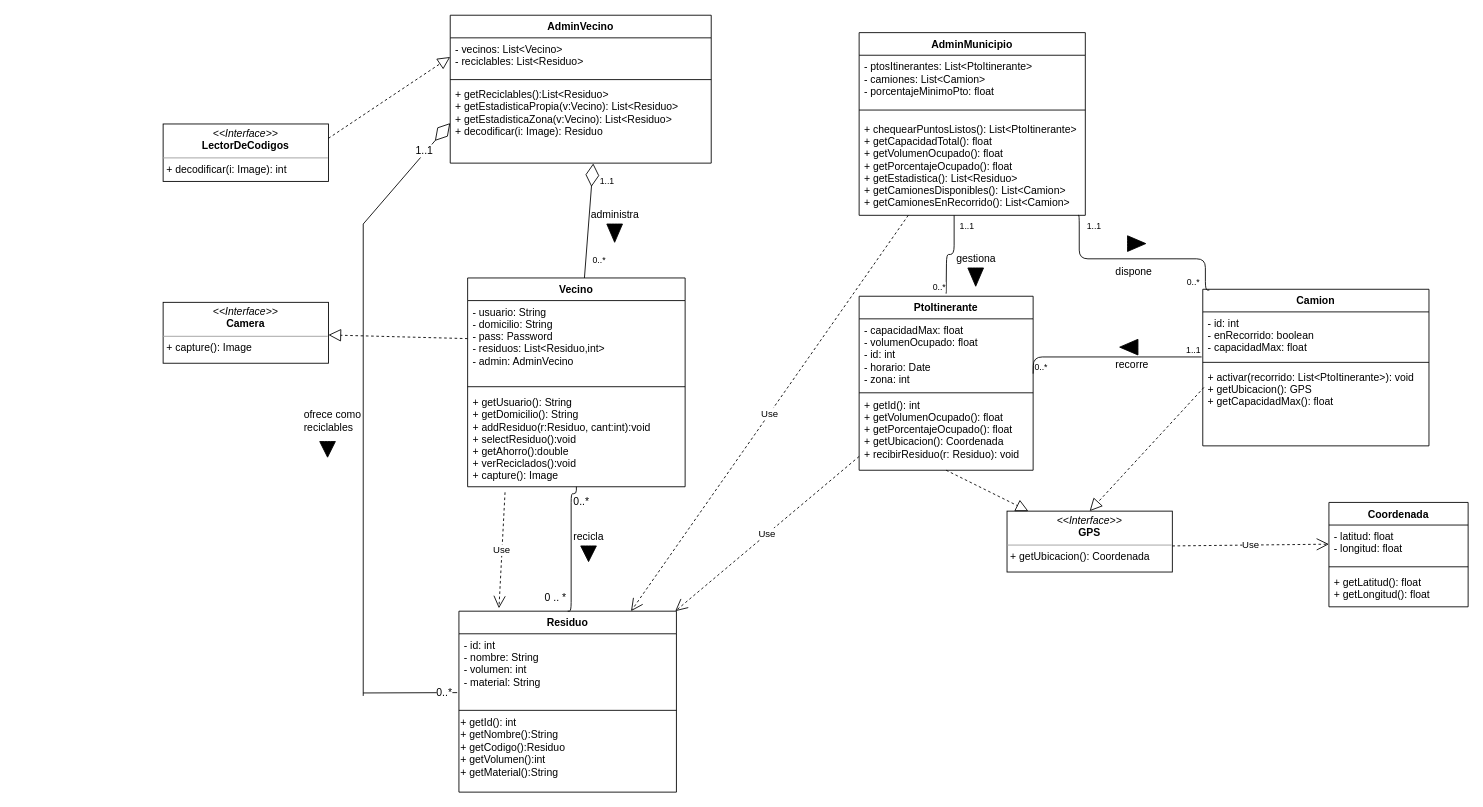
Above: [Entrega 2] Sprint #1/Diagrama de clases detallado.drawio in nicolasattilio/Metodologia (draw.io), before the change. Source tidied: cells renumbered, new cells numbered last; positions are measured from the earlier drawing's top-left corner, leaving out a move shared by most shapes. Both pictures are drawn from the tidied source at 87%, with x=0, y=0 at pixel (163, 15).
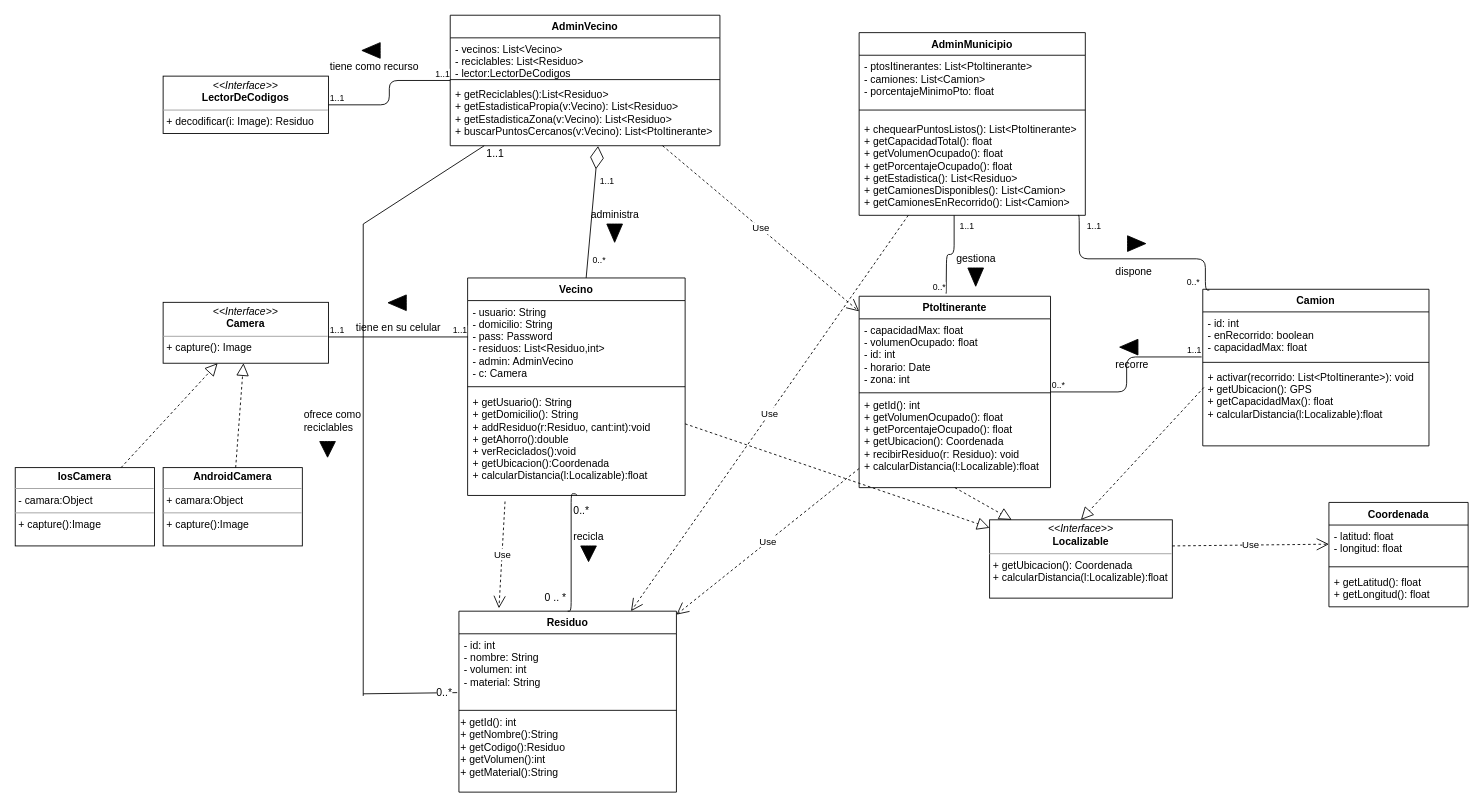
Above is the later version.

Unchanged cells that the change refers to:
```xml
<mxCell id="7" value="- id: int&#10;- nombre: String &#10;- volumen: int&#10;- material: String&#10;" style="text;strokeColor=none;fillColor=none;align=left;verticalAlign=top;spacingLeft=4;spacingRight=4;overflow=hidden;points=[[0,0.5],[1,0.5]];portConstraint=eastwest;" parent="6" vertex="1">
  <mxGeometry y="26" width="250" height="84" as="geometry" />
</mxCell>
<mxCell id="14" value="Camion" style="swimlane;fontStyle=1;align=center;verticalAlign=top;horizontal=1;startSize=26;" parent="1" vertex="1">
  <mxGeometry x="1195" y="315" width="260" height="180" as="geometry" />
</mxCell>
<mxCell id="15" value="- id: int&#10;- enRecorrido: boolean&#10;- capacidadMax: float&#10;" style="text;strokeColor=none;fillColor=none;align=left;verticalAlign=top;spacingLeft=4;spacingRight=4;overflow=hidden;points=[[0,0.5],[1,0.5]];portConstraint=eastwest;" parent="14" vertex="1">
  <mxGeometry y="26" width="260" height="54" as="geometry" />
</mxCell>
<mxCell id="72" value="&lt;p style=&quot;margin: 0px ; margin-top: 4px ; text-align: center&quot;&gt;&lt;i&gt;&amp;lt;&amp;lt;Interface&amp;gt;&amp;gt;&lt;/i&gt;&lt;br&gt;&lt;b&gt;Camera&lt;/b&gt;&lt;/p&gt;&lt;hr size=&quot;1&quot;&gt;&lt;p style=&quot;margin: 0px ; margin-left: 4px&quot;&gt;+ capture(): Image&lt;br&gt;&lt;/p&gt;" style="verticalAlign=top;align=left;overflow=fill;fontSize=12;fontFamily=Helvetica;html=1;" parent="1" vertex="1">
  <mxGeometry y="330" width="190" height="70" as="geometry" />
</mxCell>
```

What changed in the source:
```diff
@@
     <mxCell id="2" value="Vecino" style="swimlane;fontStyle=1;align=center;verticalAlign=top;horizontal=1;startSize=26;" parent="1" vertex="1">
-      <mxGeometry x="350" y="302" width="250" height="240" as="geometry" />
+      <mxGeometry x="350" y="302" width="250" height="250" as="geometry" />
     </mxCell>
-    <mxCell id="3" value="- usuario: String&#10;- domicilio: String&#10;- pass: Password&#10;- residuos: List&lt;Residuo,int&gt;&#10;- admin: AdminVecino&#10;" style="text;strokeColor=none;fillColor=none;align=left;verticalAlign=top;spacingLeft=4;spacingRight=4;overflow=hidden;points=[[0,0.5],[1,0.5]];portConstraint=eastwest;" parent="2" vertex="1">
+    <mxCell id="3" value="- usuario: String&#10;- domicilio: String&#10;- pass: Password&#10;- residuos: List&lt;Residuo,int&gt;&#10;- admin: AdminVecino&#10;- c: Camera&#10;" style="text;strokeColor=none;fillColor=none;align=left;verticalAlign=top;spacingLeft=4;spacingRight=4;overflow=hidden;points=[[0,0.5],[1,0.5]];portConstraint=eastwest;" parent="2" vertex="1">
       <mxGeometry y="26" width="250" height="94" as="geometry" />
     </mxCell>
@@
-    <mxCell id="5" value="+ getUsuario(): String&#10;+ getDomicilio(): String&#10;+ addResiduo(r:Residuo, cant:int):void&#10;+ selectResiduo():void&#10;+ getAhorro():double&#10;+ verReciclados():void&#10;+ capture(): Image" style="text;strokeColor=none;fillColor=none;align=left;verticalAlign=top;spacingLeft=4;spacingRight=4;overflow=hidden;points=[[0,0.5],[1,0.5]];portConstraint=eastwest;" parent="2" vertex="1">
-      <mxGeometry y="130" width="250" height="110" as="geometry" />
+    <mxCell id="5" value="+ getUsuario(): String&#10;+ getDomicilio(): String&#10;+ addResiduo(r:Residuo, cant:int):void&#10;+ getAhorro():double&#10;+ verReciclados():void&#10;+ getUbicacion():Coordenada&#10;+ calcularDistancia(l:Localizable):float&#10;&#10;" style="text;strokeColor=none;fillColor=none;align=left;verticalAlign=top;spacingLeft=4;spacingRight=4;overflow=hidden;points=[[0,0.5],[1,0.5]];portConstraint=eastwest;" parent="2" vertex="1">
+      <mxGeometry y="130" width="250" height="120" as="geometry" />
     </mxCell>
@@
-    <mxCell id="17" value="+ activar(recorrido: List&lt;PtoItinerante&gt;): void&#10;+ getUbicacion(): GPS&#10;+ getCapacidadMax(): float&#10;" style="text;strokeColor=none;fillColor=none;align=left;verticalAlign=top;spacingLeft=4;spacingRight=4;overflow=hidden;points=[[0,0.5],[1,0.5]];portConstraint=eastwest;" parent="14" vertex="1">
+    <mxCell id="17" value="+ activar(recorrido: List&lt;PtoItinerante&gt;): void&#10;+ getUbicacion(): GPS&#10;+ getCapacidadMax(): float&#10;+ calcularDistancia(l:Localizable):float&#10;" style="text;strokeColor=none;fillColor=none;align=left;verticalAlign=top;spacingLeft=4;spacingRight=4;overflow=hidden;points=[[0,0.5],[1,0.5]];portConstraint=eastwest;" parent="14" vertex="1">
       <mxGeometry y="88" width="260" height="92" as="geometry" />
     </mxCell>
     <mxCell id="18" value="PtoItinerante" style="swimlane;fontStyle=1;align=center;verticalAlign=top;horizontal=1;startSize=26;" parent="1" vertex="1">
-      <mxGeometry x="800" y="323" width="200" height="200" as="geometry" />
+      <mxGeometry x="800" y="323" width="220" height="220" as="geometry" />
     </mxCell>
     <mxCell id="19" value="- capacidadMax: float&#10;- volumenOcupado: float&#10;- id: int&#10;- horario: Date&#10;- zona: int&#10;" style="text;strokeColor=none;fillColor=none;align=left;verticalAlign=top;spacingLeft=4;spacingRight=4;overflow=hidden;" parent="18" vertex="1">
-      <mxGeometry y="26" width="200" height="84" as="geometry" />
+      <mxGeometry y="26" width="220" height="84" as="geometry" />
     </mxCell>
     <mxCell id="20" style="line;strokeWidth=1;fillColor=none;align=left;verticalAlign=middle;spacingTop=-1;spacingLeft=3;spacingRight=3;labelPosition=right;" parent="18" vertex="1">
-      <mxGeometry y="110" width="200" height="2" as="geometry" />
+      <mxGeometry y="110" width="220" height="2" as="geometry" />
     </mxCell>
-    <mxCell id="21" value="+ getId(): int&#10;+ getVolumenOcupado(): float&#10;+ getPorcentajeOcupado(): float&#10;+ getUbicacion(): Coordenada&#10;+ recibirResiduo(r: Residuo): void&#10;" style="text;strokeColor=none;fillColor=none;align=left;verticalAlign=top;spacingLeft=4;spacingRight=4;overflow=hidden;" parent="18" vertex="1">
-      <mxGeometry y="112" width="200" height="88" as="geometry" />
+    <mxCell id="21" value="+ getId(): int&#10;+ getVolumenOcupado(): float&#10;+ getPorcentajeOcupado(): float&#10;+ getUbicacion(): Coordenada&#10;+ recibirResiduo(r: Residuo): void&#10;+ calcularDistancia(l:Localizable):float" style="text;strokeColor=none;fillColor=none;align=left;verticalAlign=top;spacingLeft=4;spacingRight=4;overflow=hidden;" parent="18" vertex="1">
+      <mxGeometry y="112" width="220" height="108" as="geometry" />
     </mxCell>
     <mxCell id="22" value="AdminVecino" style="swimlane;fontStyle=1;align=center;verticalAlign=top;horizontal=1;startSize=26;" parent="1" vertex="1">
-      <mxGeometry x="330" width="300" height="170" as="geometry" />
+      <mxGeometry x="330" width="310" height="150" as="geometry" />
     </mxCell>
-    <mxCell id="23" value="- vecinos: List&lt;Vecino&gt;&#10;- reciclables: List&lt;Residuo&gt;" style="text;strokeColor=none;fillColor=none;align=left;verticalAlign=top;spacingLeft=4;spacingRight=4;overflow=hidden;points=[[0,0.5],[1,0.5]];portConstraint=eastwest;" parent="22" vertex="1">
-      <mxGeometry y="26" width="300" height="44" as="geometry" />
+    <mxCell id="23" value="- vecinos: List&lt;Vecino&gt;&#10;- reciclables: List&lt;Residuo&gt;&#10;- lector:LectorDeCodigos&#10;" style="text;strokeColor=none;fillColor=none;align=left;verticalAlign=top;spacingLeft=4;spacingRight=4;overflow=hidden;points=[[0,0.5],[1,0.5]];portConstraint=eastwest;" parent="22" vertex="1">
+      <mxGeometry y="26" width="310" height="44" as="geometry" />
     </mxCell>
     <mxCell id="24" style="line;strokeWidth=1;fillColor=none;align=left;verticalAlign=middle;spacingTop=-1;spacingLeft=3;spacingRight=3;labelPosition=right;" parent="22" vertex="1">
-      <mxGeometry y="70" width="300" height="8" as="geometry" />
+      <mxGeometry y="70" width="310" height="8" as="geometry" />
     </mxCell>
-    <mxCell id="25" value="+ getReciclables():List&lt;Residuo&gt;&#10;+ getEstadisticaPropia(v:Vecino): List&lt;Residuo&gt;&#10;+ getEstadisticaZona(v:Vecino): List&lt;Residuo&gt;&#10;+ decodificar(i: Image): Residuo&#10;" style="text;strokeColor=none;fillColor=none;align=left;verticalAlign=top;spacingLeft=4;spacingRight=4;overflow=hidden;points=[[0,0.5],[1,0.5]];portConstraint=eastwest;" parent="22" vertex="1">
-      <mxGeometry y="78" width="300" height="92" as="geometry" />
+    <mxCell id="25" value="+ getReciclables():List&lt;Residuo&gt;&#10;+ getEstadisticaPropia(v:Vecino): List&lt;Residuo&gt;&#10;+ getEstadisticaZona(v:Vecino): List&lt;Residuo&gt;&#10;+ buscarPuntosCercanos(v:Vecino): List&lt;PtoItinerante&gt;&#10;" style="text;strokeColor=none;fillColor=none;align=left;verticalAlign=top;spacingLeft=4;spacingRight=4;overflow=hidden;points=[[0,0.5],[1,0.5]];portConstraint=eastwest;" parent="22" vertex="1">
+      <mxGeometry y="78" width="310" height="72" as="geometry" />
     </mxCell>
-    <mxCell id="26" value="&lt;p style=&quot;margin: 0px ; margin-top: 4px ; text-align: center&quot;&gt;&lt;i&gt;&amp;lt;&amp;lt;Interface&amp;gt;&amp;gt;&lt;/i&gt;&lt;br&gt;&lt;b&gt;GPS&lt;/b&gt;&lt;/p&gt;&lt;hr size=&quot;1&quot;&gt;&lt;p style=&quot;margin: 0px ; margin-left: 4px&quot;&gt;+ getUbicacion(): Coordenada&lt;br&gt;&lt;/p&gt;" style="verticalAlign=top;align=left;overflow=fill;fontSize=12;fontFamily=Helvetica;html=1;" parent="1" vertex="1">
-      <mxGeometry x="970" y="570" width="190" height="70" as="geometry" />
+    <mxCell id="26" value="&lt;p style=&quot;margin: 0px ; margin-top: 4px ; text-align: center&quot;&gt;&lt;i&gt;&amp;lt;&amp;lt;Interface&amp;gt;&amp;gt;&lt;/i&gt;&lt;br&gt;&lt;b&gt;Localizable&lt;/b&gt;&lt;/p&gt;&lt;hr size=&quot;1&quot;&gt;&lt;p style=&quot;margin: 0px ; margin-left: 4px&quot;&gt;+ getUbicacion(): Coordenada&lt;br&gt;&lt;/p&gt;&lt;p style=&quot;margin: 0px ; margin-left: 4px&quot;&gt;+ calcularDistancia(l:Localizable):float&lt;/p&gt;" style="verticalAlign=top;align=left;overflow=fill;fontSize=12;fontFamily=Helvetica;html=1;" parent="1" vertex="1">
+      <mxGeometry x="950" y="580" width="210" height="90" as="geometry" />
     </mxCell>
@@
     <mxCell id="32" value="&lt;div&gt;0..*&lt;/div&gt;" style="text;html=1;align=left;verticalAlign=top;spacingTop=-4;" parent="1" vertex="1">
-      <mxGeometry x="470" y="550" width="30" height="20" as="geometry" />
+      <mxGeometry x="470" y="560" width="30" height="20" as="geometry" />
     </mxCell>
@@
-    <mxCell id="43" style="endArrow=none;html=1;edgeStyle=orthogonalEdgeStyle;entryX=-0.005;entryY=0.959;entryDx=0;entryDy=0;entryPerimeter=0;" parent="1" edge="1" target="15">
-      <mxGeometry relative="1" as="geometry">
-        <mxPoint x="1000" y="412" as="sourcePoint" />
-      </mxGeometry>
+    <mxCell id="43" style="endArrow=none;html=1;edgeStyle=orthogonalEdgeStyle;entryX=-0.005;entryY=0.959;entryDx=0;entryDy=0;entryPerimeter=0;" parent="1" edge="1" source="18" target="15">
+      <mxGeometry relative="1" as="geometry" />
     </mxCell>
@@
-    <mxCell id="54" value="&lt;p style=&quot;margin: 0px ; margin-top: 4px ; text-align: center&quot;&gt;&lt;i&gt;&amp;lt;&amp;lt;Interface&amp;gt;&amp;gt;&lt;/i&gt;&lt;br&gt;&lt;b&gt;LectorDeCodigos&lt;/b&gt;&lt;/p&gt;&lt;hr size=&quot;1&quot;&gt;&lt;p style=&quot;margin: 0px ; margin-left: 4px&quot;&gt;+ decodificar(i: Image): int&lt;br&gt;&lt;/p&gt;" style="verticalAlign=top;align=left;overflow=fill;fontSize=12;fontFamily=Helvetica;html=1;fillColor=#FFFFFF;" parent="1" vertex="1">
-      <mxGeometry y="125" width="190" height="66" as="geometry" />
+    <mxCell id="54" value="&lt;p style=&quot;margin: 0px ; margin-top: 4px ; text-align: center&quot;&gt;&lt;i&gt;&amp;lt;&amp;lt;Interface&amp;gt;&amp;gt;&lt;/i&gt;&lt;br&gt;&lt;b&gt;LectorDeCodigos&lt;/b&gt;&lt;/p&gt;&lt;hr size=&quot;1&quot;&gt;&lt;p style=&quot;margin: 0px ; margin-left: 4px&quot;&gt;+ decodificar(i: Image): Residuo&lt;br&gt;&lt;/p&gt;" style="verticalAlign=top;align=left;overflow=fill;fontSize=12;fontFamily=Helvetica;html=1;fillColor=#FFFFFF;" parent="1" vertex="1">
+      <mxGeometry y="70" width="190" height="66" as="geometry" />
     </mxCell>
-    <mxCell id="55" style="endArrow=block;dashed=1;endFill=0;endSize=12;html=1;exitX=1;exitY=0.25;exitDx=0;exitDy=0;entryX=0;entryY=0.5;entryDx=0;entryDy=0;" parent="1" edge="1" source="54" target="23">
-      <mxGeometry relative="1" as="geometry" />
-    </mxCell>
@@
-    <mxCell id="64" style="endArrow=diamondThin;endFill=0;endSize=24;html=1;entryX=0;entryY=0.5;entryDx=0;entryDy=0;" parent="1" edge="1" target="25">
-      <mxGeometry relative="1" as="geometry">
-        <mxPoint x="230" y="240" as="sourcePoint" />
-      </mxGeometry>
-    </mxCell>
-    <mxCell id="65" value="1..1" style="text;html=1;align=center;verticalAlign=middle;labelBackgroundColor=#ffffff;" parent="64" vertex="1">
-      <mxGeometry x="0.44" y="2" relative="1" as="geometry">
-        <mxPoint x="-1" as="offset" />
-      </mxGeometry>
-    </mxCell>
@@
     <mxCell id="67" style="endArrow=none;html=1;entryX=-0.008;entryY=0.805;entryDx=0;entryDy=0;entryPerimeter=0;" parent="1" edge="1" target="7">
       <mxGeometry relative="1" as="geometry">
-        <mxPoint x="230" y="779" as="sourcePoint" />
+        <mxPoint x="230" y="780" as="sourcePoint" />
       </mxGeometry>
     </mxCell>
@@
-    <mxCell id="73" style="endArrow=block;dashed=1;endFill=0;endSize=12;html=1;" parent="1" edge="1" source="3" target="72">
-      <mxGeometry relative="1" as="geometry" />
-    </mxCell>
@@
+    <mxCell id="76" style="endArrow=block;dashed=1;endFill=0;endSize=12;html=1;" parent="1" edge="1" source="2" target="26">
+      <mxGeometry relative="1" as="geometry" />
+    </mxCell>
+    <mxCell id="77" style="endArrow=none;html=1;edgeStyle=orthogonalEdgeStyle;" parent="1" edge="1">
+      <mxGeometry relative="1" as="geometry">
+        <mxPoint x="190" y="369.8" as="sourcePoint" />
+        <mxPoint x="350" y="369.8" as="targetPoint" />
+      </mxGeometry>
+    </mxCell>
+    <mxCell id="78" value="1..1" style="html=1;align=left;verticalAlign=bottom;labelBackgroundColor=#ffffff;fontSize=10;" parent="77" vertex="1">
+      <mxGeometry x="-1" relative="1" as="geometry" />
+    </mxCell>
+    <mxCell id="79" value="1..1" style="html=1;align=right;verticalAlign=bottom;labelBackgroundColor=#ffffff;fontSize=10;" parent="77" vertex="1">
+      <mxGeometry x="1" relative="1" as="geometry" />
+    </mxCell>
+    <mxCell id="80" style="html=1;shadow=0;dashed=0;align=center;verticalAlign=middle;shape=mxgraph.arrows2.arrow;dy=0.6;dx=40;direction=south;notch=0;fillColor=#000000;rotation=90;" parent="1" vertex="1">
+      <mxGeometry x="260" y="320" width="18" height="21" as="geometry" />
+    </mxCell>
+    <mxCell id="81" value="tiene en su celular" style="text;html=1;align=left;verticalAlign=top;spacingTop=-4;" parent="1" vertex="1">
+      <mxGeometry x="220" y="350" width="110" height="20" as="geometry" />
+    </mxCell>
+    <mxCell id="82" value="&lt;p style=&quot;margin: 0px ; margin-top: 4px ; text-align: center&quot;&gt;&lt;b&gt;IosCamera&lt;/b&gt;&lt;/p&gt;&lt;hr size=&quot;1&quot;&gt;&lt;p style=&quot;margin: 0px ; margin-left: 4px&quot;&gt;- camara:Object&lt;/p&gt;&lt;hr size=&quot;1&quot;&gt;&lt;p style=&quot;margin: 0px ; margin-left: 4px&quot;&gt;+ capture():Image&lt;/p&gt;" style="verticalAlign=top;align=left;overflow=fill;fontSize=12;fontFamily=Helvetica;html=1;" parent="1" vertex="1">
+      <mxGeometry x="-170" y="520" width="160" height="90" as="geometry" />
+    </mxCell>
+    <mxCell id="83" value="&lt;p style=&quot;margin: 0px ; margin-top: 4px ; text-align: center&quot;&gt;&lt;b&gt;AndroidCamera&lt;/b&gt;&lt;/p&gt;&lt;hr size=&quot;1&quot;&gt;&lt;p style=&quot;margin: 0px ; margin-left: 4px&quot;&gt;+ camara:Object&lt;/p&gt;&lt;hr size=&quot;1&quot;&gt;&lt;p style=&quot;margin: 0px ; margin-left: 4px&quot;&gt;+ capture():Image&lt;/p&gt;" style="verticalAlign=top;align=left;overflow=fill;fontSize=12;fontFamily=Helvetica;html=1;" parent="1" vertex="1">
+      <mxGeometry y="520" width="160" height="90" as="geometry" />
+    </mxCell>
+    <mxCell id="84" style="endArrow=block;dashed=1;endFill=0;endSize=12;html=1;" parent="1" edge="1" source="82" target="72">
+      <mxGeometry relative="1" as="geometry" />
+    </mxCell>
+    <mxCell id="85" style="endArrow=block;dashed=1;endFill=0;endSize=12;html=1;" parent="1" edge="1" source="83" target="72">
+      <mxGeometry relative="1" as="geometry" />
+    </mxCell>
+    <mxCell id="86" style="endArrow=none;html=1;edgeStyle=orthogonalEdgeStyle;" parent="1" edge="1" source="54" target="22">
+      <mxGeometry relative="1" as="geometry" />
+    </mxCell>
+    <mxCell id="87" value="1..1" style="html=1;align=left;verticalAlign=bottom;labelBackgroundColor=#ffffff;fontSize=10;" parent="86" vertex="1">
+      <mxGeometry x="-1" relative="1" as="geometry" />
+    </mxCell>
+    <mxCell id="88" value="1..1" style="html=1;align=right;verticalAlign=bottom;labelBackgroundColor=#ffffff;fontSize=10;" parent="86" vertex="1">
+      <mxGeometry x="1" relative="1" as="geometry" />
+    </mxCell>
+    <mxCell id="89" style="html=1;shadow=0;dashed=0;align=center;verticalAlign=middle;shape=mxgraph.arrows2.arrow;dy=0.6;dx=40;direction=south;notch=0;fillColor=#000000;rotation=90;" parent="1" vertex="1">
+      <mxGeometry x="230" y="30" width="18" height="21" as="geometry" />
+    </mxCell>
+    <mxCell id="90" value="tiene como recurso" style="text;html=1;align=left;verticalAlign=top;spacingTop=-4;" parent="1" vertex="1">
+      <mxGeometry x="190" y="50" width="120" height="20" as="geometry" />
+    </mxCell>
+    <mxCell id="91" style="endArrow=none;html=1;" parent="1" edge="1" target="22">
+      <mxGeometry relative="1" as="geometry">
+        <mxPoint x="230" y="240" as="sourcePoint" />
+      </mxGeometry>
+    </mxCell>
+    <mxCell id="92" value="1..1&lt;br&gt;&lt;br&gt;" style="text;html=1;align=left;verticalAlign=top;spacingTop=-4;" parent="1" vertex="1">
+      <mxGeometry x="370" y="150" width="40" height="30" as="geometry" />
+    </mxCell>
+    <mxCell id="93" value="Use" style="endArrow=open;endSize=12;dashed=1;html=1;" parent="1" edge="1" source="22" target="18">
+      <mxGeometry relative="1" as="geometry" />
+    </mxCell>
```
